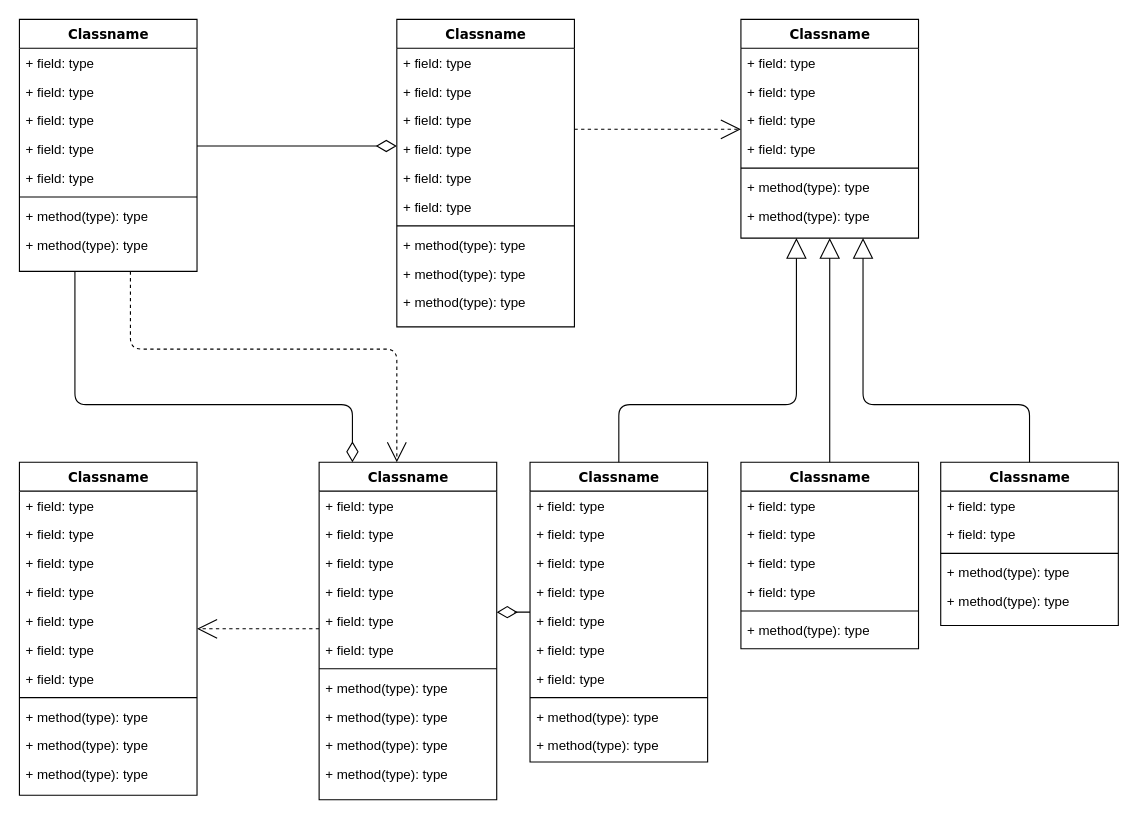
Before: 架构/功能领域类.drawio in c825503724/fms, a draw.io diagram. Source tidied: cells renumbered, new cells numbered last; positions are measured from the earlier drawing's top-left corner, leaving out a move shared by most shapes. Both pictures are drawn from the tidied source at 111%, with x=0, y=0 at pixel (19, 19).
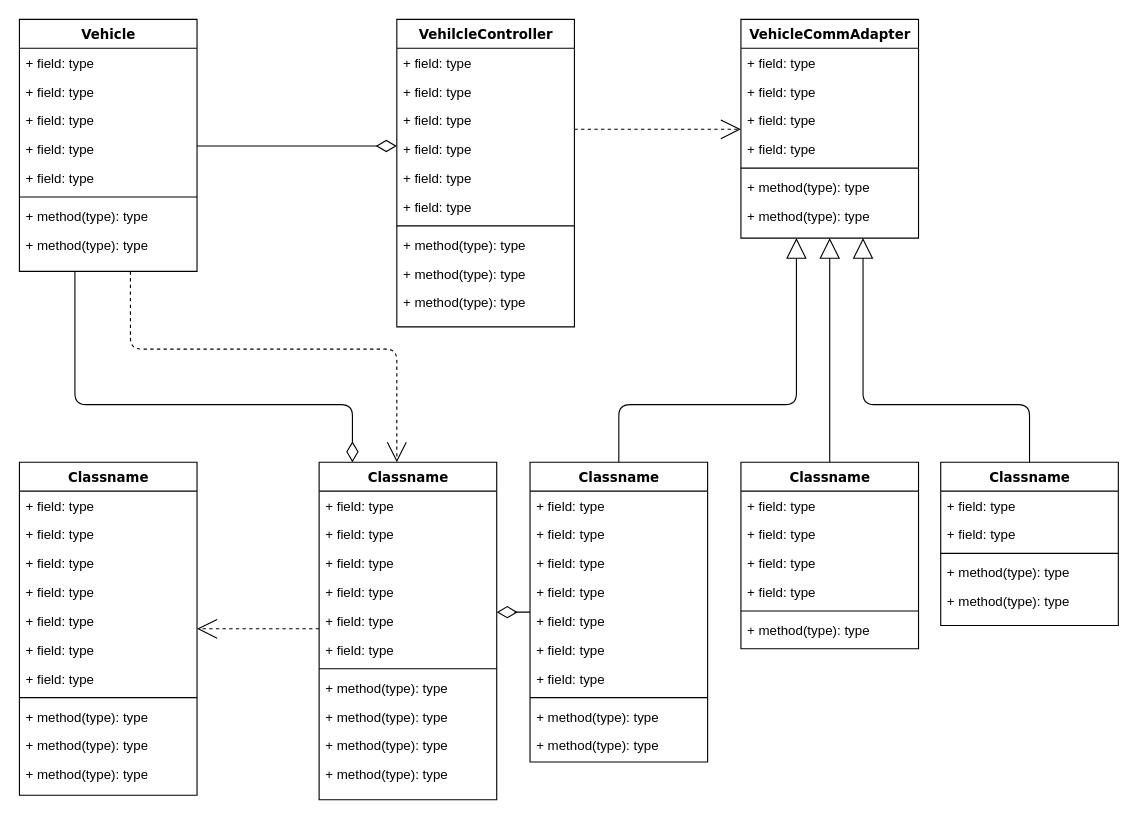
The same diagram, later.

Commit message (it also covers changes not shown here):
更新功能领域类.drawio

The edit, as a diff of the source:
```diff
@@
-    <mxCell id="4" value="Classname" style="swimlane;html=1;fontStyle=1;align=center;verticalAlign=top;horizontal=1;startSize=26;swimlaneFillColor=#ffffff;rounded=0;shadow=0;comic=0;labelBackgroundColor=none;strokeWidth=1;fillColor=none;fontFamily=Verdana;fontSize=12;" parent="1" vertex="1">
+    <mxCell id="4" value="Vehicle" style="swimlane;html=1;fontStyle=1;align=center;verticalAlign=top;horizontal=1;startSize=26;swimlaneFillColor=#ffffff;rounded=0;shadow=0;comic=0;labelBackgroundColor=none;strokeWidth=1;fillColor=none;fontFamily=Verdana;fontSize=12;" parent="1" vertex="1">
       <mxGeometry width="160" height="227" as="geometry" />
     </mxCell>
@@
-    <mxCell id="14" value="Classname" style="swimlane;html=1;fontStyle=1;align=center;verticalAlign=top;horizontal=1;startSize=26;swimlaneFillColor=#ffffff;rounded=0;shadow=0;comic=0;labelBackgroundColor=none;strokeWidth=1;fillColor=none;fontFamily=Verdana;fontSize=12;" parent="1" vertex="1">
+    <mxCell id="14" value="VehilcleController" style="swimlane;html=1;fontStyle=1;align=center;verticalAlign=top;horizontal=1;startSize=26;swimlaneFillColor=#ffffff;rounded=0;shadow=0;comic=0;labelBackgroundColor=none;strokeWidth=1;fillColor=none;fontFamily=Verdana;fontSize=12;" parent="1" vertex="1">
       <mxGeometry x="340" width="160" height="277" as="geometry" />
     </mxCell>
@@
-    <mxCell id="25" value="Classname" style="swimlane;html=1;fontStyle=1;align=center;verticalAlign=top;horizontal=1;startSize=26;swimlaneFillColor=#ffffff;rounded=0;shadow=0;comic=0;labelBackgroundColor=none;strokeWidth=1;fillColor=none;fontFamily=Verdana;fontSize=12;" parent="1" vertex="1">
+    <mxCell id="25" value="VehicleCommAdapter" style="swimlane;html=1;fontStyle=1;align=center;verticalAlign=top;horizontal=1;startSize=26;swimlaneFillColor=#ffffff;rounded=0;shadow=0;comic=0;labelBackgroundColor=none;strokeWidth=1;fillColor=none;fontFamily=Verdana;fontSize=12;" parent="1" vertex="1">
       <mxGeometry x="650" width="160" height="197" as="geometry" />
     </mxCell>
```
